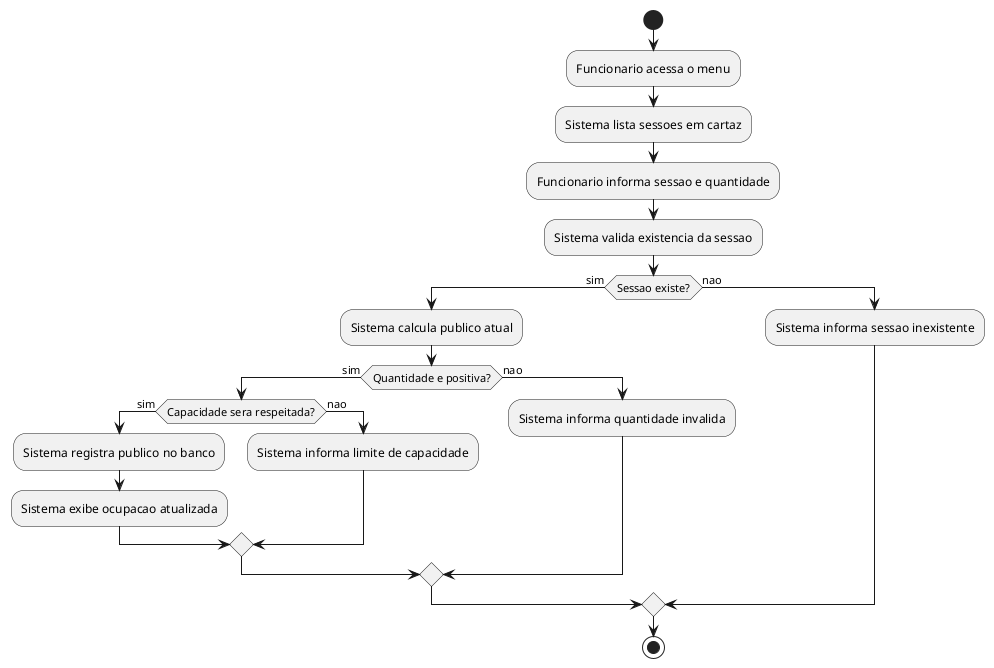
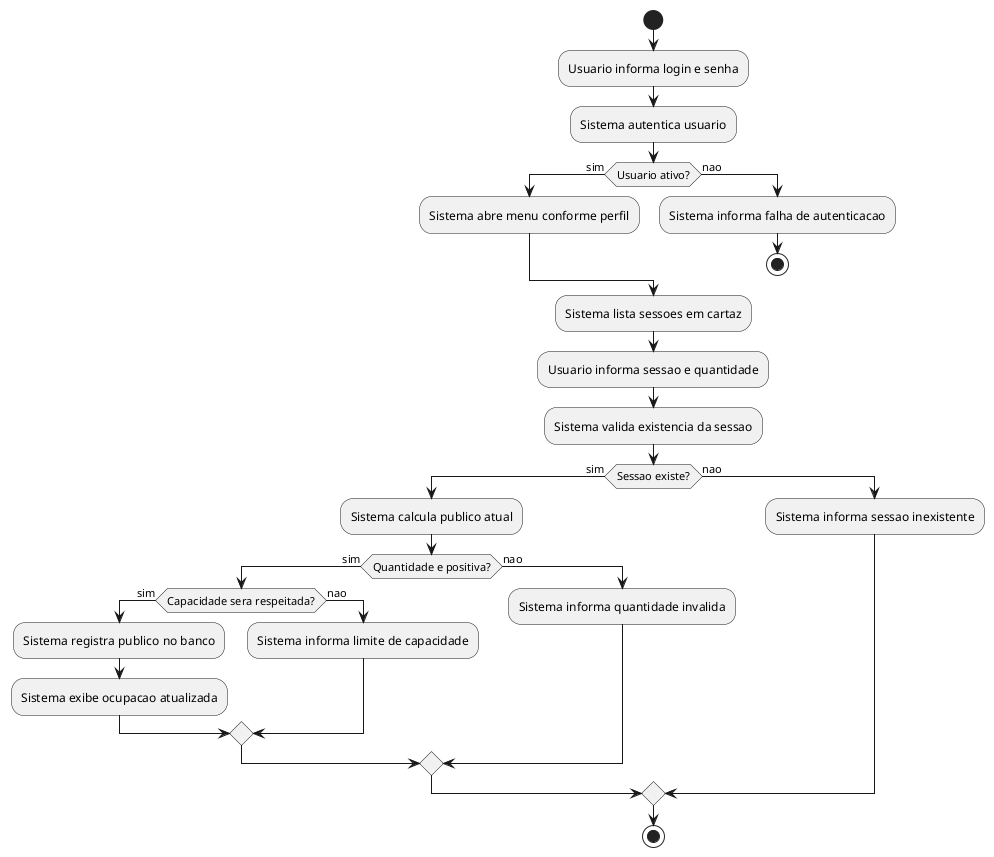
@startuml
start
- :Funcionario acessa o menu;
+ :Usuario informa login e senha;
+ :Sistema autentica usuario;
+ if (Usuario ativo?) then (sim)
+   :Sistema abre menu conforme perfil;
+ else (nao)
+   :Sistema informa falha de autenticacao;
+   stop
+ endif
:Sistema lista sessoes em cartaz;
- :Funcionario informa sessao e quantidade;
+ :Usuario informa sessao e quantidade;
:Sistema valida existencia da sessao;
if (Sessao existe?) then (sim)
  :Sistema calcula publico atual;
  if (Quantidade e positiva?) then (sim)
    if (Capacidade sera respeitada?) then (sim)
      :Sistema registra publico no banco;
      :Sistema exibe ocupacao atualizada;
    else (nao)
      :Sistema informa limite de capacidade;
    endif
  else (nao)
    :Sistema informa quantidade invalida;
  endif
else (nao)
  :Sistema informa sessao inexistente;
endif
stop
@enduml
